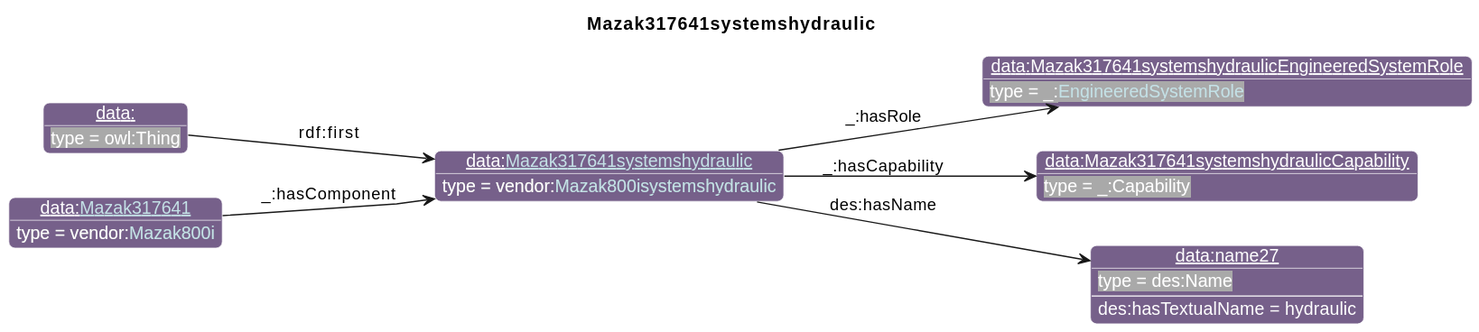
iofoundry/example-syseng-mtconnect keeps this PlantUML diagram as diagrams/Mazak317641systemshydraulic.svg. Above is the earlier version.
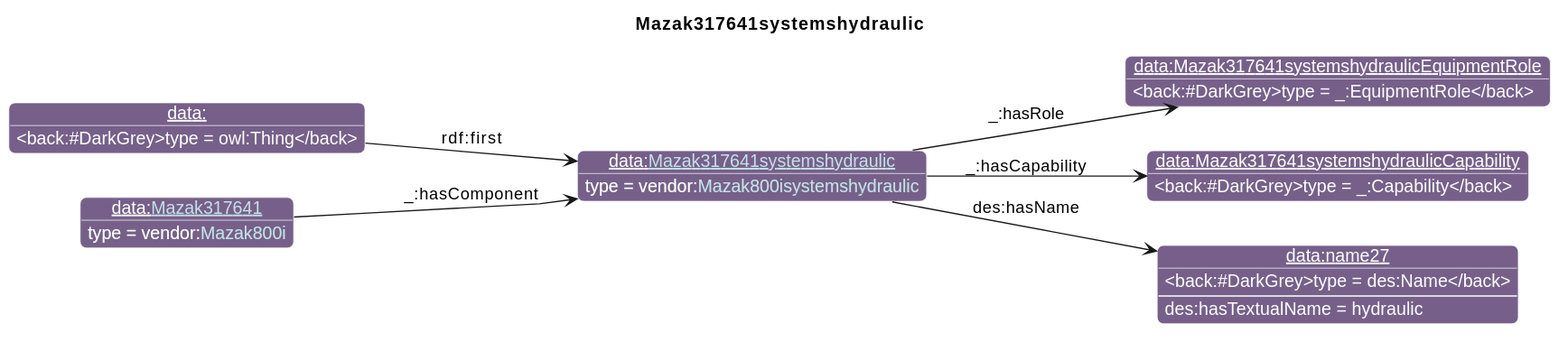
Above is the later version.

Diff of the diagram source:
```diff
@@ -26,7 +26,7 @@
                       "qp":"641B2E"
       }
 individual(o0, data:[[./Mazak317641systemshydraulic.html Mazak317641systemshydraulic]], vendor:[[../Mazak.html#Mazak800isystemshydraulic Mazak800isystemshydraulic]])
-individual(o1, data:Mazak317641systemshydraulicEngineeredSystemRole, _:[[../MTConnect.html#EngineeredSystemRole EngineeredSystemRole]])
+individual(o1, data:Mazak317641systemshydraulicEquipmentRole, _:EquipmentRole)
 individual(o2, data:Mazak317641systemshydraulicCapability, _:Capability)
 individual(o3, data:name27, des:Name)
 individual(o4, data:, owl:Thing)
```
